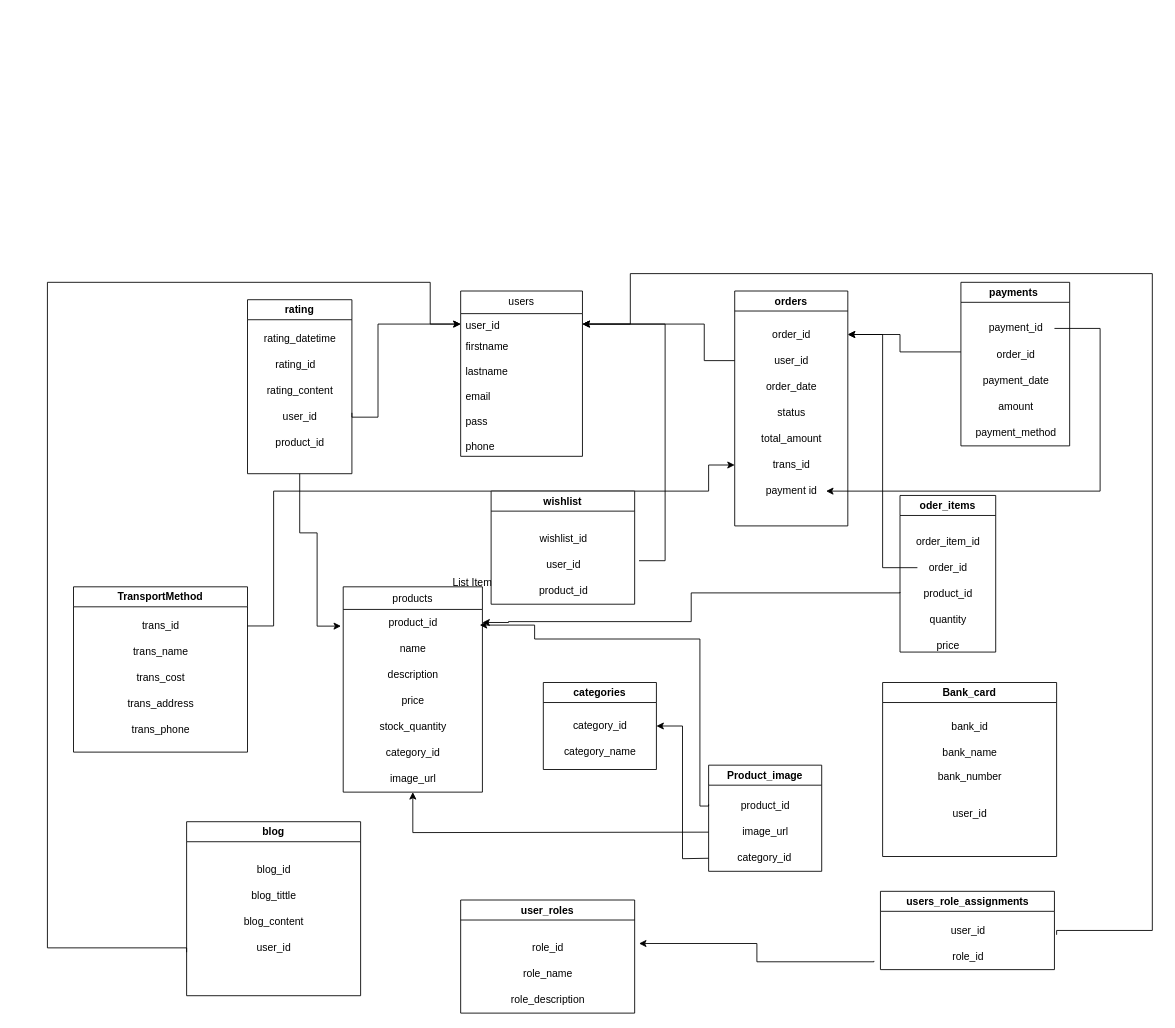
Earlier version of the draw.io diagram Biểu đồ không có tiêu đề.drawio (xuancxh/IE104). Source tidied: cells renumbered, new cells numbered last; positions are measured from the earlier drawing's top-left corner, leaving out a move shared by most shapes. Both pictures are drawn from the tidied source at 87%, with x=0, y=0 at pixel (47, 273).
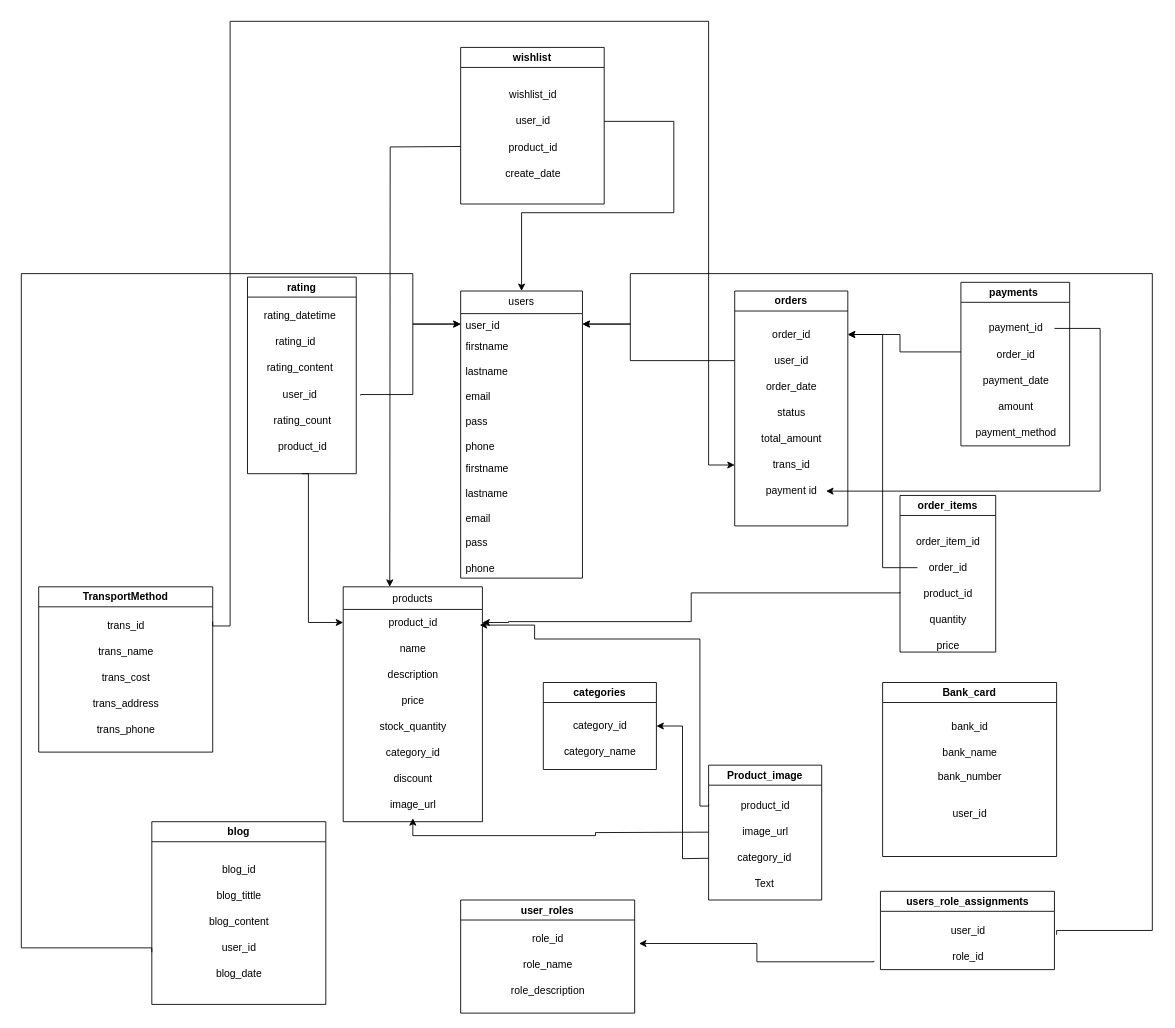
Above is the later version.

Commit message:
Cập nhật Biểu đồ không có tiêu đề.drawio

The change refers to these unchanged cells:
```xml
<mxCell id="3" value="product_id" style="text;html=1;align=center;verticalAlign=middle;points=[];strokeColor=none;fillColor=none;" parent="2" vertex="1">
  <mxGeometry y="26" width="160" height="30" as="geometry" />
</mxCell>
<mxCell id="11" value="&lt;font style=&quot;font-size: 12px;&quot;&gt;user_id&lt;/font&gt;&lt;div&gt;&lt;font style=&quot;font-size: 12px;&quot;&gt;&lt;br&gt;&lt;/font&gt;&lt;/div&gt;" style="text;strokeColor=none;fillColor=none;align=left;verticalAlign=top;spacingLeft=4;spacingRight=4;overflow=hidden;points=[[0,0.5],[1,0.5]];portConstraint=eastwest;whiteSpace=wrap;html=1;" parent="10" vertex="1">
  <mxGeometry y="26" width="140" height="24" as="geometry" />
</mxCell>
<mxCell id="80" value="user_roles" style="swimlane;whiteSpace=wrap;html=1;" parent="1" vertex="1">
  <mxGeometry x="475" y="720" width="200" height="130" as="geometry" />
</mxCell>
```

Change to the diagram source:
```diff
@@
     <mxCell id="2" value="products" style="swimlane;fontStyle=0;align=center;verticalAlign=top;horizontal=1;startSize=26;rounded=0;shadow=0;strokeWidth=1;" parent="1" vertex="1">
-      <mxGeometry x="340" y="360" width="160" height="236" as="geometry" />
+      <mxGeometry x="340" y="360" width="160" height="270" as="geometry" />
     </mxCell>
@@
+    <mxCell id="89" value="discount" style="text;html=1;align=center;verticalAlign=middle;strokeColor=none;fillColor=none;" parent="2" vertex="1">
+      <mxGeometry y="206" width="160" height="30" as="geometry" />
+    </mxCell>
     <mxCell id="9" value="image_url" style="text;html=1;align=center;verticalAlign=middle;points=[];strokeColor=none;fillColor=none;" parent="2" vertex="1">
-      <mxGeometry y="206" width="160" height="30" as="geometry" />
+      <mxGeometry y="236" width="160" height="30" as="geometry" />
     </mxCell>
     <mxCell id="10" value="users" style="swimlane;fontStyle=0;horizontal=1;startSize=26;fillColor=none;whiteSpace=wrap;html=1;" parent="1" vertex="1">
-      <mxGeometry x="475" y="20" width="140" height="190" as="geometry" />
+      <mxGeometry x="475" y="20" width="140" height="330" as="geometry" />
     </mxCell>
@@
+    <mxCell id="90" value="firstname&lt;div&gt;&lt;br&gt;&lt;/div&gt;&lt;div&gt;lastname&lt;/div&gt;&lt;div&gt;&lt;br&gt;&lt;/div&gt;&lt;div&gt;email&lt;/div&gt;&lt;div&gt;&lt;br&gt;&lt;/div&gt;&lt;div&gt;pass&lt;/div&gt;&lt;div&gt;&lt;br&gt;&lt;/div&gt;&lt;div&gt;phone&lt;/div&gt;&lt;div&gt;&lt;br&gt;&lt;/div&gt;" style="text;strokeColor=none;fillColor=none;align=left;verticalAlign=top;spacingLeft=4;spacingRight=4;overflow=hidden;whiteSpace=wrap;html=1;horizontal=1;" parent="10" vertex="1">
+      <mxGeometry y="50" width="140" height="140" as="geometry" />
+    </mxCell>
     <mxCell id="12" value="firstname&lt;div&gt;&lt;br&gt;&lt;/div&gt;&lt;div&gt;lastname&lt;/div&gt;&lt;div&gt;&lt;br&gt;&lt;/div&gt;&lt;div&gt;email&lt;/div&gt;&lt;div&gt;&lt;br&gt;&lt;/div&gt;&lt;div&gt;pass&lt;/div&gt;&lt;div&gt;&lt;br&gt;&lt;/div&gt;&lt;div&gt;phone&lt;/div&gt;&lt;div&gt;&lt;br&gt;&lt;/div&gt;" style="text;strokeColor=none;fillColor=none;align=left;verticalAlign=top;spacingLeft=4;spacingRight=4;overflow=hidden;whiteSpace=wrap;html=1;horizontal=1;" parent="10" vertex="1">
-      <mxGeometry y="50" width="140" height="140" as="geometry" />
+      <mxGeometry y="190" width="140" height="140" as="geometry" />
     </mxCell>
@@
-    <mxCell id="19" value="oder_items" style="swimlane;whiteSpace=wrap;html=1;" parent="1" vertex="1">
+    <mxCell id="19" value="order_items" style="swimlane;whiteSpace=wrap;html=1;" parent="1" vertex="1">
       <mxGeometry x="980" y="255" width="110" height="180" as="geometry" />
     </mxCell>
@@
     <mxCell id="36" value="Product_image" style="swimlane;whiteSpace=wrap;html=1;" parent="1" vertex="1">
-      <mxGeometry x="760" y="565" width="130" height="122" as="geometry" />
+      <mxGeometry x="760" y="565" width="130" height="155" as="geometry" />
     </mxCell>
@@
+    <mxCell id="91" value="Text" style="text;html=1;align=center;verticalAlign=middle;strokeColor=none;fillColor=none;" parent="36" vertex="1">
+      <mxGeometry x="39" y="122" width="50" height="30" as="geometry" />
+    </mxCell>
     <mxCell id="40" value="rating" style="swimlane;whiteSpace=wrap;html=1;" parent="1" vertex="1">
-      <mxGeometry x="230" y="30" width="120" height="200" as="geometry" />
+      <mxGeometry x="230" y="4" width="125" height="226" as="geometry" />
     </mxCell>
@@
     <mxCell id="44" value="product_id" style="text;html=1;align=center;verticalAlign=middle;strokeColor=none;fillColor=none;" parent="40" vertex="1">
-      <mxGeometry x="20" y="150" width="80" height="30" as="geometry" />
+      <mxGeometry x="22.5" y="180" width="80" height="30" as="geometry" />
     </mxCell>
@@
+    <mxCell id="92" value="rating_count" style="text;html=1;align=center;verticalAlign=middle;strokeColor=none;fillColor=none;" parent="40" vertex="1">
+      <mxGeometry x="17.5" y="150" width="90" height="30" as="geometry" />
+    </mxCell>
     <mxCell id="46" style="edgeStyle=orthogonalEdgeStyle;rounded=0;jettySize=auto;html=1;entryX=1;entryY=0.5;entryDx=0;entryDy=0;" parent="1" edge="1" target="11">
       <mxGeometry relative="1" as="geometry">
         <mxPoint x="790" y="100" as="sourcePoint" />
         <Array as="points">
-          <mxPoint x="755" y="100" />
-          <mxPoint x="755" y="58" />
+          <mxPoint x="670" y="100" />
+          <mxPoint x="670" y="58" />
         </Array>
       </mxGeometry>
     </mxCell>
-    <mxCell id="47" style="edgeStyle=orthogonalEdgeStyle;rounded=0;jettySize=auto;html=1;" parent="1" edge="1" target="11">
-      <mxGeometry relative="1" as="geometry">
-        <mxPoint x="350" y="160" as="sourcePoint" />
-        <Array as="points">
-          <mxPoint x="380" y="165" />
-          <mxPoint x="380" y="58" />
-        </Array>
-      </mxGeometry>
-    </mxCell>
@@
-    <mxCell id="49" style="edgeStyle=orthogonalEdgeStyle;rounded=0;jettySize=auto;html=1;entryX=-0.016;entryY=0.639;entryDx=0;entryDy=0;entryPerimeter=0;exitX=0.5;exitY=1;exitDx=0;exitDy=0;" parent="1" edge="1" source="40" target="3">
-      <mxGeometry relative="1" as="geometry">
-        <Array as="points">
-          <mxPoint x="290" y="298" />
-          <mxPoint x="310" y="298" />
-          <mxPoint x="310" y="405" />
-        </Array>
-      </mxGeometry>
-    </mxCell>
@@
     <mxCell id="51" value="TransportMethod" style="swimlane;whiteSpace=wrap;html=1;" parent="1" vertex="1">
-      <mxGeometry x="30" y="360" width="200" height="190" as="geometry" />
+      <mxGeometry x="-10" y="360" width="200" height="190" as="geometry" />
     </mxCell>
@@
     <mxCell id="57" style="edgeStyle=orthogonalEdgeStyle;rounded=0;orthogonalLoop=1;jettySize=auto;html=1;" parent="1" edge="1">
       <mxGeometry relative="1" as="geometry">
-        <mxPoint x="230" y="405" as="sourcePoint" />
+        <mxPoint x="190" y="400" as="sourcePoint" />
         <mxPoint x="790" y="220" as="targetPoint" />
         <Array as="points">
-          <mxPoint x="260" y="405" />
-          <mxPoint x="260" y="250" />
-          <mxPoint x="760" y="250" />
+          <mxPoint x="190" y="405" />
+          <mxPoint x="210" y="405" />
+          <mxPoint x="210" y="-290" />
+          <mxPoint x="760" y="-290" />
           <mxPoint x="760" y="220" />
         </Array>
       </mxGeometry>
     </mxCell>
@@
-    <mxCell id="62" style="edgeStyle=orthogonalEdgeStyle;rounded=0;jettySize=auto;html=1;" parent="1" edge="1" target="9">
-      <mxGeometry relative="1" as="geometry">
-        <mxPoint x="760" y="642" as="sourcePoint" />
-      </mxGeometry>
-    </mxCell>
@@
     <mxCell id="68" value="blog" style="swimlane;whiteSpace=wrap;html=1;" parent="1" vertex="1">
-      <mxGeometry x="160" y="630" width="200" height="200" as="geometry" />
+      <mxGeometry x="120" y="630" width="200" height="210" as="geometry" />
     </mxCell>
@@
-    <mxCell id="73" style="edgeStyle=orthogonalEdgeStyle;rounded=0;jettySize=auto;html=1;" parent="1" edge="1" target="11">
-      <mxGeometry relative="1" as="geometry">
-        <mxPoint x="160" y="780" as="sourcePoint" />
-        <Array as="points">
-          <mxPoint y="775" />
-          <mxPoint y="10" />
-          <mxPoint x="440" y="10" />
-          <mxPoint x="440" y="58" />
-        </Array>
-      </mxGeometry>
-    </mxCell>
+    <mxCell id="93" value="blog_date" style="text;html=1;align=center;verticalAlign=middle;strokeColor=none;fillColor=none;" parent="68" vertex="1">
+      <mxGeometry x="60" y="160" width="80" height="30" as="geometry" />
+    </mxCell>
     <mxCell id="74" value="wishlist" style="swimlane;whiteSpace=wrap;html=1;" parent="1" vertex="1">
-      <mxGeometry x="510" y="250" width="165" height="130" as="geometry" />
+      <mxGeometry x="475" y="-260" width="165" height="180" as="geometry" />
     </mxCell>
@@
-    <mxCell id="78" style="edgeStyle=orthogonalEdgeStyle;rounded=0;jettySize=auto;html=1;entryX=1;entryY=0.5;entryDx=0;entryDy=0;" parent="1" edge="1" target="11">
-      <mxGeometry relative="1" as="geometry">
-        <mxPoint x="680" y="330" as="sourcePoint" />
-        <Array as="points">
-          <mxPoint x="710" y="330" />
-          <mxPoint x="710" y="58" />
-        </Array>
-      </mxGeometry>
-    </mxCell>
-    <mxCell id="79" value="List Item" style="text;strokeColor=none;fillColor=none;align=left;verticalAlign=middle;spacingLeft=4;spacingRight=4;overflow=hidden;whiteSpace=wrap;html=1;" parent="1" vertex="1">
-      <mxGeometry x="460" y="340" width="80" height="30" as="geometry" />
-    </mxCell>
+    <mxCell id="94" value="create_date" style="text;html=1;align=center;verticalAlign=middle;strokeColor=none;fillColor=none;" parent="74" vertex="1">
+      <mxGeometry x="37.5" y="130" width="90" height="30" as="geometry" />
+    </mxCell>
@@
     <mxCell id="81" value="role_id" style="text;html=1;align=center;verticalAlign=middle;strokeColor=none;fillColor=none;" parent="80" vertex="1">
-      <mxGeometry x="70" y="40" width="60" height="30" as="geometry" />
+      <mxGeometry x="70" y="30" width="60" height="30" as="geometry" />
     </mxCell>
     <mxCell id="82" value="role_name" style="text;html=1;align=center;verticalAlign=middle;strokeColor=none;fillColor=none;" parent="80" vertex="1">
-      <mxGeometry x="60" y="70" width="80" height="30" as="geometry" />
+      <mxGeometry x="60" y="60" width="80" height="30" as="geometry" />
     </mxCell>
     <mxCell id="83" value="role_description" style="text;html=1;align=center;verticalAlign=middle;strokeColor=none;fillColor=none;" parent="80" vertex="1">
-      <mxGeometry x="45" y="100" width="110" height="30" as="geometry" />
+      <mxGeometry x="45" y="90" width="110" height="30" as="geometry" />
     </mxCell>
@@
+    <mxCell id="95" style="edgeStyle=orthogonalEdgeStyle;rounded=0;jettySize=auto;html=1;entryX=0.5;entryY=0;entryDx=0;entryDy=0;" parent="1" edge="1" target="10">
+      <mxGeometry relative="1" as="geometry">
+        <mxPoint x="640" y="-175" as="sourcePoint" />
+        <Array as="points">
+          <mxPoint x="720" y="-175" />
+          <mxPoint x="720" y="-70" />
+          <mxPoint x="545" y="-70" />
+        </Array>
+      </mxGeometry>
+    </mxCell>
+    <mxCell id="96" style="edgeStyle=orthogonalEdgeStyle;rounded=0;jettySize=auto;html=1;" parent="1" edge="1" target="9">
+      <mxGeometry relative="1" as="geometry">
+        <mxPoint x="760" y="642" as="sourcePoint" />
+      </mxGeometry>
+    </mxCell>
+    <mxCell id="97" style="edgeStyle=orthogonalEdgeStyle;rounded=0;jettySize=auto;html=1;" parent="1" edge="1" target="11">
+      <mxGeometry relative="1" as="geometry">
+        <mxPoint x="120" y="780" as="sourcePoint" />
+        <Array as="points">
+          <mxPoint x="-30" y="775" />
+          <mxPoint x="-30" />
+          <mxPoint x="420" />
+          <mxPoint x="420" y="58" />
+        </Array>
+      </mxGeometry>
+    </mxCell>
+    <mxCell id="98" style="edgeStyle=orthogonalEdgeStyle;rounded=0;jettySize=auto;html=1;" parent="1" edge="1" target="11">
+      <mxGeometry relative="1" as="geometry">
+        <mxPoint x="360" y="140" as="sourcePoint" />
+        <Array as="points">
+          <mxPoint x="420" y="139" />
+          <mxPoint x="420" y="58" />
+        </Array>
+      </mxGeometry>
+    </mxCell>
+    <mxCell id="49" style="edgeStyle=orthogonalEdgeStyle;rounded=0;jettySize=auto;html=1;exitX=0.5;exitY=1;exitDx=0;exitDy=0;" parent="1" edge="1" source="40" target="3">
+      <mxGeometry relative="1" as="geometry">
+        <Array as="points">
+          <mxPoint x="300" y="230" />
+          <mxPoint x="300" y="401" />
+        </Array>
+      </mxGeometry>
+    </mxCell>
+    <mxCell id="99" style="edgeStyle=orthogonalEdgeStyle;rounded=0;orthogonalLoop=1;jettySize=auto;html=1;entryX=0.6;entryY=0.004;entryDx=0;entryDy=0;entryPerimeter=0;" parent="1" edge="1">
+      <mxGeometry relative="1" as="geometry">
+        <mxPoint x="475" y="-146.1" as="sourcePoint" />
+        <mxPoint x="393.5" y="360" as="targetPoint" />
+      </mxGeometry>
+    </mxCell>
```
